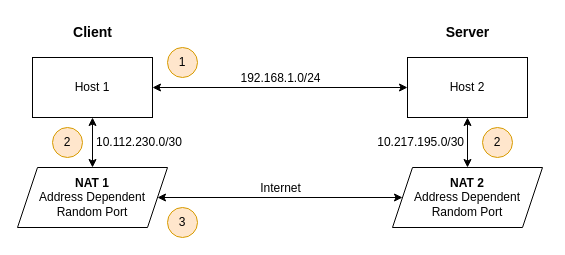
Above: resources/Reallife Test 1.drawio in JustusvonderBeek/master-thesis-scripts-and-measures (draw.io), before the change. Source tidied: cells renumbered, new cells numbered last; positions are measured from the earlier drawing's top-left corner, leaving out a move shared by most shapes. Both pictures are drawn from the tidied source at 100%, with x=0, y=0 at pixel (17, 17).
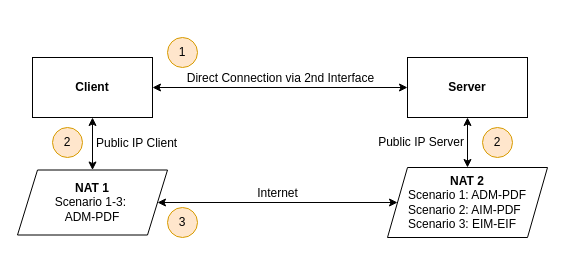
After the change.

The edit, as a diff of the source:
```diff
@@
 <mxGraphModel>
   <root>
     <mxCell id="0" />
     <mxCell id="1" parent="0" />
-    <mxCell id="2" value="192.168.1.0/24" style="edgeStyle=orthogonalEdgeStyle;rounded=0;jettySize=auto;html=1;entryX=0;entryY=0.5;entryDx=0;entryDy=0;verticalAlign=bottom;fontSize=12;startArrow=classic;startFill=1;" parent="1" edge="1" source="4" target="5">
+    <mxCell id="2" value="Direct Connection via 2nd Interface" style="edgeStyle=orthogonalEdgeStyle;rounded=0;jettySize=auto;html=1;entryX=0;entryY=0.5;entryDx=0;entryDy=0;verticalAlign=bottom;fontSize=12;startArrow=classic;startFill=1;" parent="1" edge="1" source="4" target="5">
       <mxGeometry relative="1" as="geometry" />
     </mxCell>
-    <mxCell id="3" value="10.112.230.0/30" style="edgeStyle=orthogonalEdgeStyle;rounded=0;jettySize=auto;html=1;verticalAlign=middle;labelPosition=right;verticalLabelPosition=middle;align=left;spacingLeft=2;fontSize=12;startArrow=classic;startFill=1;" parent="1" edge="1" source="4" target="7">
+    <mxCell id="3" value="Public IP Client" style="edgeStyle=orthogonalEdgeStyle;rounded=0;jettySize=auto;html=1;verticalAlign=middle;labelPosition=right;verticalLabelPosition=middle;align=left;spacingLeft=2;fontSize=12;startArrow=classic;startFill=1;" parent="1" edge="1" source="4" target="7">
       <mxGeometry relative="1" as="geometry">
         <Array as="points">
           <mxPoint x="75" y="150" />
           <mxPoint x="75" y="150" />
         </Array>
       </mxGeometry>
     </mxCell>
-    <mxCell id="4" value="Host 1" style="rounded=0;whiteSpace=wrap;html=1;" parent="1" vertex="1">
+    <mxCell id="4" value="Client" style="rounded=0;whiteSpace=wrap;html=1;fontStyle=1;" parent="1" vertex="1">
       <mxGeometry x="15" y="40" width="120" height="60" as="geometry" />
     </mxCell>
-    <mxCell id="5" value="Host 2" style="rounded=0;whiteSpace=wrap;html=1;" parent="1" vertex="1">
+    <mxCell id="5" value="Server" style="rounded=0;whiteSpace=wrap;html=1;fontStyle=1;" parent="1" vertex="1">
       <mxGeometry x="390" y="40" width="120" height="60" as="geometry" />
     </mxCell>
     <mxCell id="6" value="Internet" style="edgeStyle=orthogonalEdgeStyle;rounded=0;jettySize=auto;html=1;fontSize=12;verticalAlign=bottom;startArrow=classic;startFill=1;" parent="1" edge="1" source="7" target="9">
       <mxGeometry relative="1" as="geometry" />
     </mxCell>
-    <mxCell id="7" value="&lt;b&gt;NAT 1&lt;/b&gt;&lt;div&gt;Address Dependent&lt;/div&gt;&lt;div&gt;Random Port&lt;/div&gt;" style="shape=parallelogram;perimeter=parallelogramPerimeter;whiteSpace=wrap;html=1;fixedSize=1;" parent="1" vertex="1">
-      <mxGeometry y="150" width="150" height="60" as="geometry" />
+    <mxCell id="7" value="&lt;b&gt;NAT 1&lt;/b&gt;&lt;div&gt;Scenario 1-3:&amp;nbsp;&lt;/div&gt;&lt;div&gt;ADM-PDF&lt;/div&gt;" style="shape=parallelogram;perimeter=parallelogramPerimeter;whiteSpace=wrap;html=1;fixedSize=1;" parent="1" vertex="1">
+      <mxGeometry y="152.5" width="150" height="65" as="geometry" />
     </mxCell>
-    <mxCell id="8" value="&lt;span style=&quot;text-align: left;&quot;&gt;10.217.195.0&lt;/span&gt;/30" style="edgeStyle=orthogonalEdgeStyle;rounded=0;jettySize=auto;html=1;labelPosition=left;verticalLabelPosition=middle;align=right;verticalAlign=middle;spacingRight=2;fontSize=12;startArrow=classic;startFill=1;" parent="1" edge="1" source="9" target="5">
+    <mxCell id="8" value="&lt;div style=&quot;text-align: left;&quot;&gt;Public IP Server&lt;/div&gt;" style="edgeStyle=orthogonalEdgeStyle;rounded=0;jettySize=auto;html=1;labelPosition=left;verticalLabelPosition=middle;align=right;verticalAlign=middle;spacingRight=2;fontSize=12;startArrow=classic;startFill=1;" parent="1" edge="1" source="9" target="5">
       <mxGeometry relative="1" as="geometry" />
     </mxCell>
-    <mxCell id="9" value="&lt;b&gt;NAT 2&lt;/b&gt;&lt;div&gt;Address Dependent&lt;/div&gt;&lt;div&gt;Random Port&lt;/div&gt;" style="shape=parallelogram;perimeter=parallelogramPerimeter;whiteSpace=wrap;html=1;fixedSize=1;" parent="1" vertex="1">
-      <mxGeometry x="375" y="150" width="150" height="60" as="geometry" />
+    <mxCell id="9" value="&lt;b&gt;NAT 2&lt;/b&gt;&lt;div style=&quot;text-align: left;&quot;&gt;Scenario 1: ADM-PDF&lt;/div&gt;&lt;div style=&quot;text-align: left;&quot;&gt;Scenario 2: AIM-PDF&lt;/div&gt;&lt;div style=&quot;text-align: left;&quot;&gt;Scenario 3: EIM-EIF&lt;/div&gt;" style="shape=parallelogram;perimeter=parallelogramPerimeter;whiteSpace=wrap;html=1;fixedSize=1;" parent="1" vertex="1">
+      <mxGeometry x="370" y="150" width="160" height="70" as="geometry" />
     </mxCell>
-    <mxCell id="10" value="Client" style="text;html=1;align=center;verticalAlign=middle;strokeColor=none;fillColor=none;fontStyle=1;fontSize=14;" parent="1" vertex="1">
-      <mxGeometry x="45" width="60" height="30" as="geometry" />
-    </mxCell>
-    <mxCell id="11" value="Server" style="text;html=1;align=center;verticalAlign=middle;strokeColor=none;fillColor=none;fontStyle=1;fontSize=14;" parent="1" vertex="1">
-      <mxGeometry x="420" width="60" height="30" as="geometry" />
-    </mxCell>
     <mxCell id="12" value="1" style="ellipse;whiteSpace=wrap;html=1;fillColor=#ffe6cc;strokeColor=#d79b00;" parent="1" vertex="1">
-      <mxGeometry x="150" y="30" width="30" height="30" as="geometry" />
+      <mxGeometry x="150" y="20" width="30" height="30" as="geometry" />
     </mxCell>
     <mxCell id="13" value="2" style="ellipse;whiteSpace=wrap;html=1;fillColor=#ffe6cc;strokeColor=#d79b00;" parent="1" vertex="1">
       <mxGeometry x="35" y="110" width="30" height="30" as="geometry" />
     </mxCell>
     <mxCell id="14" value="2" style="ellipse;whiteSpace=wrap;html=1;fillColor=#ffe6cc;strokeColor=#d79b00;" parent="1" vertex="1">
       <mxGeometry x="465" y="110" width="30" height="30" as="geometry" />
     </mxCell>
     <mxCell id="15" value="3" style="ellipse;whiteSpace=wrap;html=1;fillColor=#ffe6cc;strokeColor=#d79b00;" parent="1" vertex="1">
       <mxGeometry x="150" y="190" width="30" height="30" as="geometry" />
     </mxCell>
   </root>
 </mxGraphModel>
```
